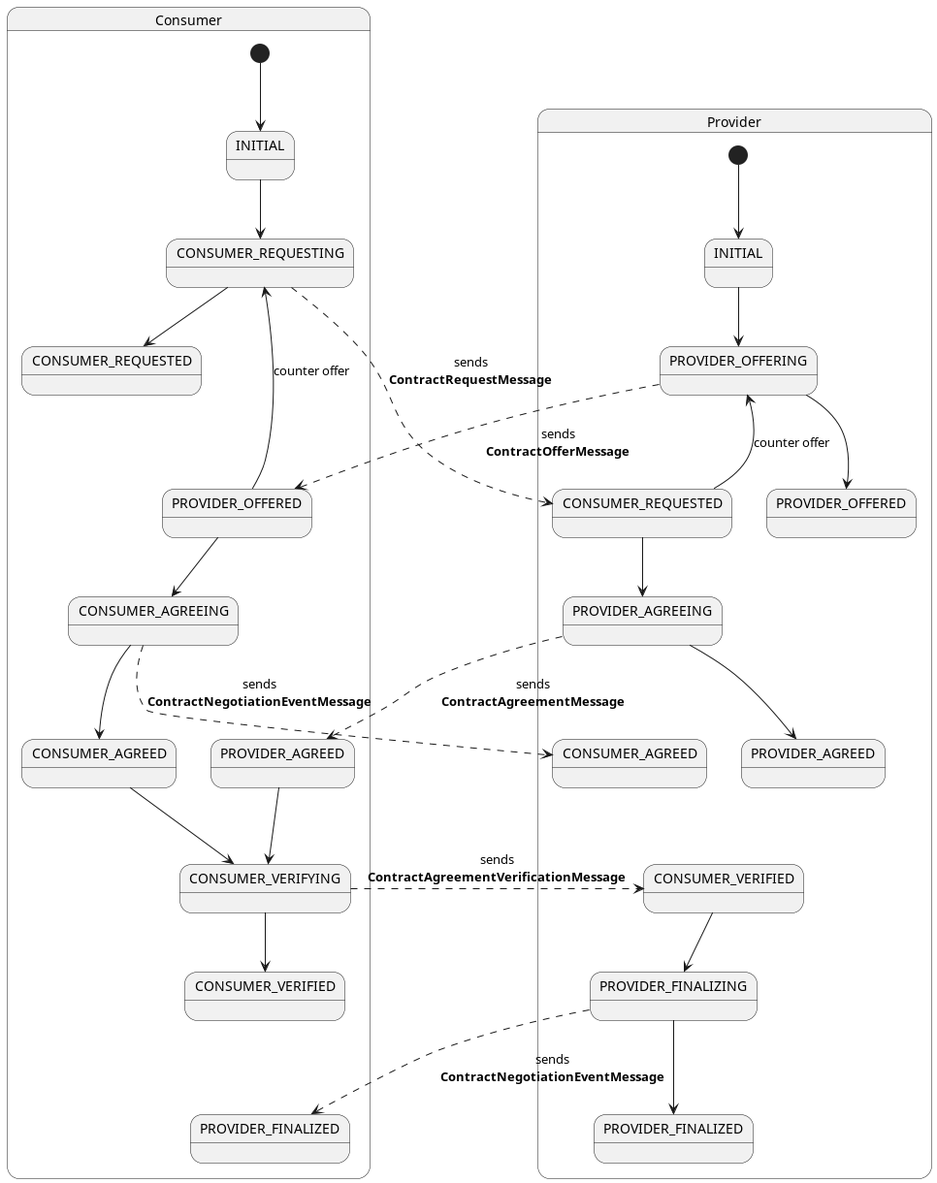
Above: docs/developer/architecture/usage-control/diagrams/contract-negotiation-states.png in eclipse-edc/Connector (PlantUML), before the change.
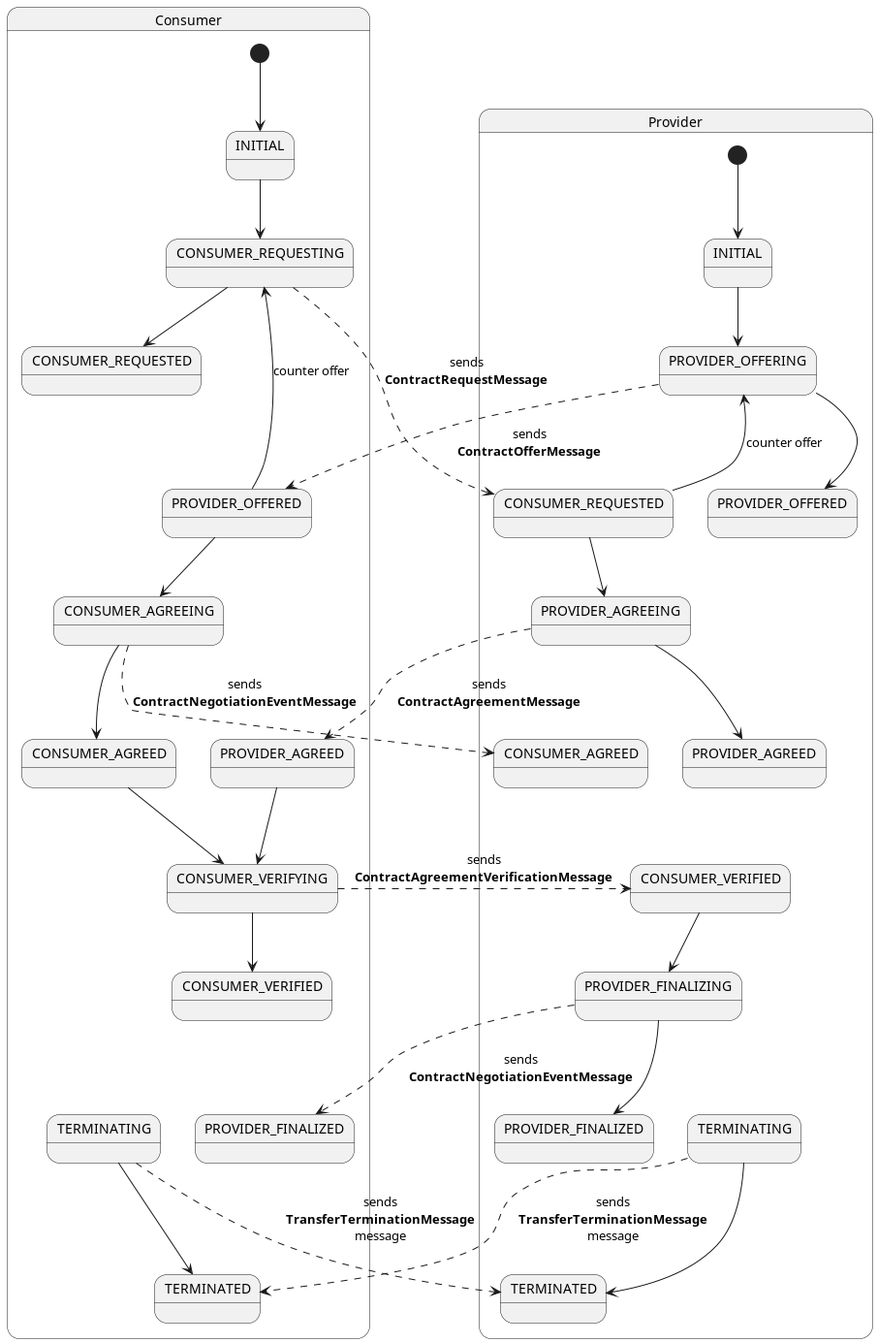
The same diagram one commit later.

The edit, as a diff of the source:
```diff
@@ -21,6 +21,10 @@
   }
   state "PROVIDER_FINALIZED" as PROVIDER_FINALIZED_consumer {
   }
+  state "TERMINATING" as TERMINATING_consumer {
+  }
+  state "TERMINATED" as TERMINATED_consumer {
+  }
 
   [*] --> INITIAL_consumer
   INITIAL_consumer --> CONSUMER_REQUESTING_consumer
@@ -40,6 +44,10 @@
   CONSUMER_VERIFYING_consumer -[dashed]-> CONSUMER_VERIFIED_provider : sends\n**ContractAgreementVerificationMessage**
 
   CONSUMER_VERIFIED_consumer -[hidden]-> PROVIDER_FINALIZED_consumer : used for layout
+
+  CONSUMER_VERIFIED_consumer -[hidden]-> TERMINATING_consumer : used for layout
+  TERMINATING_consumer -[dashed]-> TERMINATED_provider : sends\n**TransferTerminationMessage**\nmessage
+  TERMINATING_consumer --> TERMINATED_consumer
 }
 
 state Provider {
@@ -63,6 +71,10 @@
   }
   state "PROVIDER_FINALIZED" as PROVIDER_FINALIZED_provider {
   }
+  state "TERMINATING" as TERMINATING_provider {
+  }
+  state "TERMINATED" as TERMINATED_provider {
+  }
 
   [*] --> INITIAL_provider
   INITIAL_provider --> PROVIDER_OFFERING_provider
@@ -81,6 +93,9 @@
   PROVIDER_FINALIZING_provider --> PROVIDER_FINALIZED_provider
   PROVIDER_FINALIZING_provider -[dashed]-> PROVIDER_FINALIZED_consumer : sends\n**ContractNegotiationEventMessage**
 
+  PROVIDER_FINALIZING_provider -[hidden]-> TERMINATING_provider : used for layout
+  TERMINATING_provider -[dashed]-> TERMINATED_consumer : sends\n**TransferTerminationMessage**\nmessage
+  TERMINATING_provider --> TERMINATED_provider
 }
 
 
```
